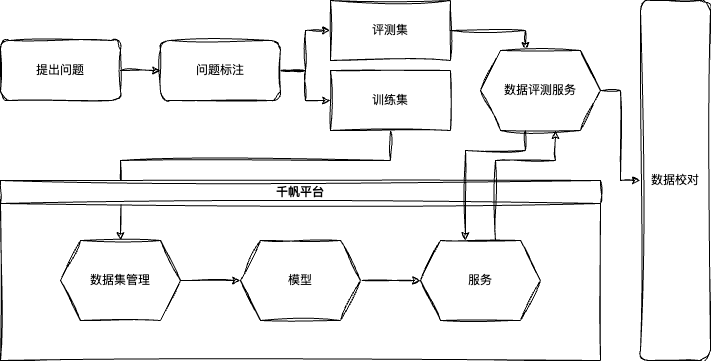
This is chatbi/评测服务流程.drawio.png from cavaljames/work-diagrams, a draw.io export, as it was before one commit. Source tidied: cells renumbered, new cells last; positions are measured from the earlier drawing's top-left corner, leaving out a move shared by most shapes.
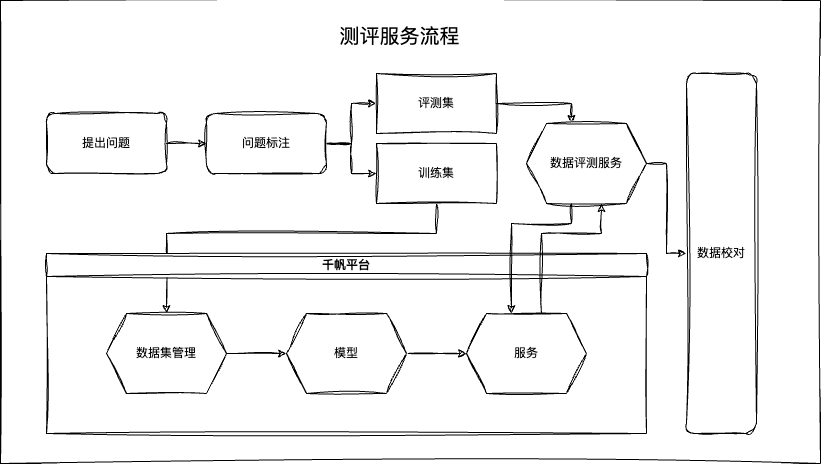
The same diagram one commit later.

Commit message:
更新评测服务流程.drawio.png

What changed in the source:
```diff
@@ -2,6 +2,9 @@
   <root>
     <mxCell id="0" />
     <mxCell id="1" parent="0" />
+    <mxCell id="22" style="rounded=0;whiteSpace=wrap;html=1;sketch=1;hachureGap=4;jiggle=2;curveFitting=1;fontFamily=Architects Daughter;fontSource=https%3A%2F%2Ffonts.googleapis.com%2Fcss%3Ffamily%3DArchitects%2BDaughter;fontSize=20;align=center;" parent="1" vertex="1">
+      <mxGeometry x="-46" y="-73" width="820" height="463" as="geometry" />
+    </mxCell>
     <mxCell id="2" style="edgeStyle=orthogonalEdgeStyle;rounded=0;jettySize=auto;html=1;labelBackgroundColor=none;fontColor=default;sketch=1;curveFitting=1;jiggle=2;" parent="1" edge="1" source="3" target="6">
       <mxGeometry relative="1" as="geometry" />
     </mxCell>
@@ -77,5 +80,8 @@
     <mxCell id="21" value="数据校对" style="rounded=1;whiteSpace=wrap;html=1;labelBackgroundColor=none;sketch=1;curveFitting=1;jiggle=2;" parent="1" vertex="1">
       <mxGeometry x="640" width="70" height="360" as="geometry" />
     </mxCell>
+    <mxCell id="23" value="测评服务流程" style="text;strokeColor=none;align=center;fillColor=none;html=1;verticalAlign=middle;whiteSpace=wrap;rounded=0;fontSize=20;fontFamily=Architects Daughter;" parent="1" vertex="1">
+      <mxGeometry x="280" y="-52" width="147" height="30" as="geometry" />
+    </mxCell>
   </root>
 </mxGraphModel>
```
